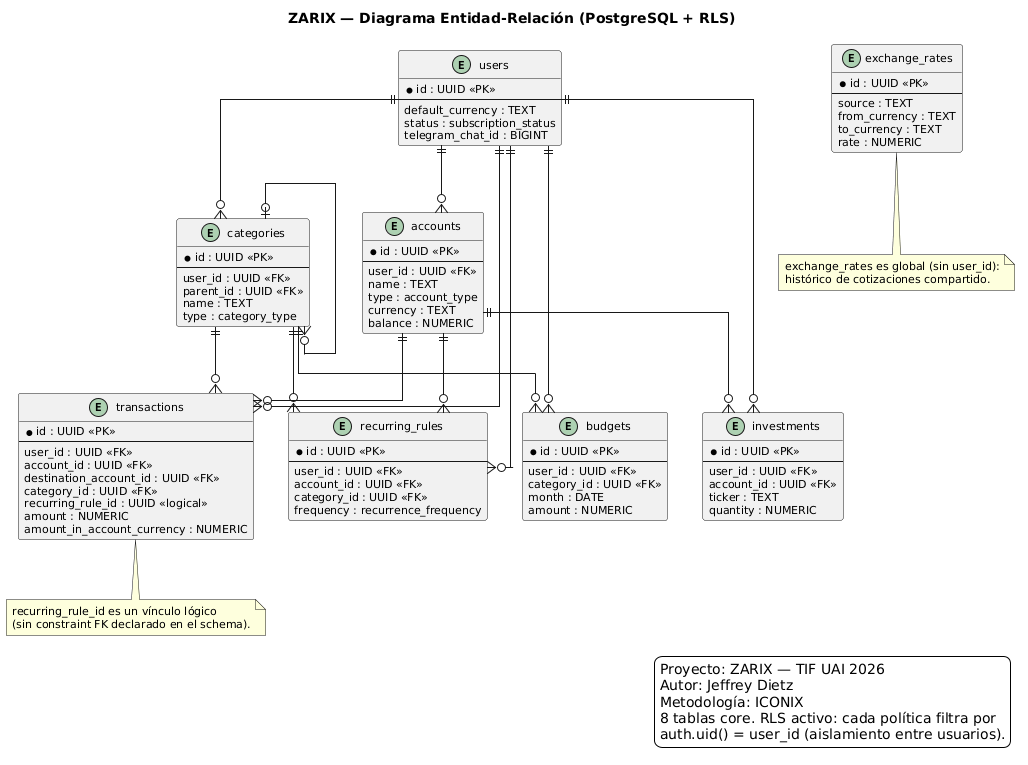
Above: docs/tif/png/fig09_er.png in jeffreydtz/zarix (PlantUML), before the change.
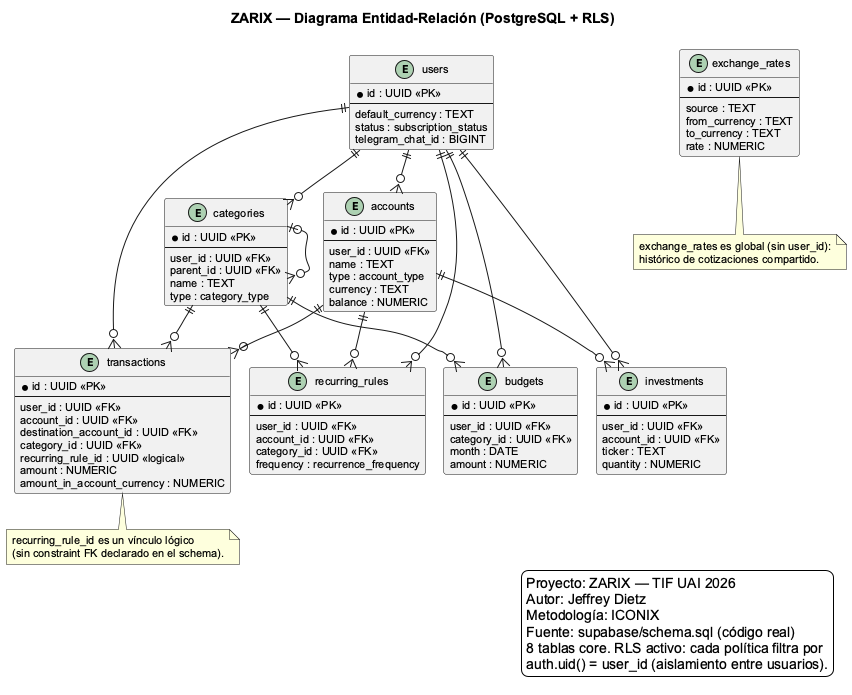
The same diagram one commit later.

The edit, as a diff of the source:
```diff
@@ -1,4 +1,5 @@
-@startuml
+@startuml D-ERD-001 — Diagrama Entidad-Relación de Zarix
+!pragma layout smetana
 title ZARIX — Diagrama Entidad-Relación (PostgreSQL + RLS)
 
 skinparam shadowing false
@@ -103,7 +104,9 @@
 Proyecto: ZARIX — TIF UAI 2026
 Autor: Jeffrey Dietz
 Metodología: ICONIX
+Fuente: supabase/schema.sql (código real)
 8 tablas core. RLS activo: cada política filtra por
 auth.uid() = user_id (aislamiento entre usuarios).
 endlegend
+
 @enduml
```
